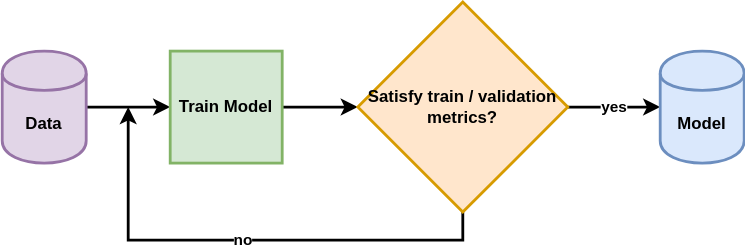
The draw.io diagram assets/model-pipeline.svg in giacomo-montibeller/ml-workflow-presentation, before a commit. Source tidied: cells renumbered, new cells last; positions are measured from the earlier drawing's top-left corner, leaving out a move shared by most shapes. Source of this version:
```xml
<mxGraphModel>
  <root>
    <mxCell id="0" />
    <mxCell id="1" parent="0" />
    <mxCell id="2" style="edgeStyle=orthogonalEdgeStyle;rounded=0;jettySize=auto;html=1;exitX=1;exitY=0.5;exitDx=0;exitDy=0;entryX=0;entryY=0.5;entryDx=0;entryDy=0;strokeWidth=2;fontStyle=1;" parent="1" edge="1" source="3" target="5">
      <mxGeometry relative="1" as="geometry" />
    </mxCell>
    <mxCell id="3" value="Data" style="shape=cylinder;whiteSpace=wrap;html=1;boundedLbl=1;backgroundOutline=1;fillColor=#e1d5e7;strokeColor=#9673a6;strokeWidth=2;fontStyle=1;" parent="1" vertex="1">
      <mxGeometry y="35" width="60" height="80" as="geometry" />
    </mxCell>
    <mxCell id="4" style="edgeStyle=orthogonalEdgeStyle;rounded=0;jettySize=auto;html=1;exitX=1;exitY=0.5;exitDx=0;exitDy=0;entryX=0;entryY=0.5;entryDx=0;entryDy=0;strokeWidth=2;fontStyle=1;" parent="1" edge="1" source="5" target="8">
      <mxGeometry relative="1" as="geometry" />
    </mxCell>
    <mxCell id="5" value="Train Model" style="whiteSpace=wrap;html=1;fillColor=#d5e8d4;strokeColor=#82b366;strokeWidth=2;fontStyle=1;" parent="1" vertex="1">
      <mxGeometry x="120" y="35" width="80" height="80" as="geometry" />
    </mxCell>
    <mxCell id="6" value="yes" style="edgeStyle=orthogonalEdgeStyle;rounded=0;jettySize=auto;html=1;exitX=1;exitY=0.5;exitDx=0;exitDy=0;entryX=0;entryY=0.5;entryDx=0;entryDy=0;strokeWidth=2;fontStyle=1;" parent="1" edge="1" source="8" target="9">
      <mxGeometry relative="1" as="geometry" />
    </mxCell>
    <mxCell id="7" value="no" style="edgeStyle=orthogonalEdgeStyle;rounded=0;jettySize=auto;html=1;exitX=0.5;exitY=1;exitDx=0;exitDy=0;strokeWidth=2;fontStyle=1;" parent="1" edge="1" source="8">
      <mxGeometry relative="1" as="geometry">
        <mxPoint x="90" y="75" as="targetPoint" />
        <Array as="points">
          <mxPoint x="329" y="170" />
          <mxPoint x="90" y="170" />
          <mxPoint x="90" y="75" />
        </Array>
      </mxGeometry>
    </mxCell>
    <mxCell id="8" value="Satisfy train / validation metrics?" style="rhombus;whiteSpace=wrap;html=1;fillColor=#ffe6cc;strokeColor=#d79b00;strokeWidth=2;fontStyle=1;" parent="1" vertex="1">
      <mxGeometry x="254" width="150" height="150" as="geometry" />
    </mxCell>
    <mxCell id="9" value="Model" style="shape=cylinder;whiteSpace=wrap;html=1;boundedLbl=1;backgroundOutline=1;fillColor=#dae8fc;strokeColor=#6c8ebf;strokeWidth=2;fontStyle=1;" parent="1" vertex="1">
      <mxGeometry x="470" y="35" width="60" height="80" as="geometry" />
    </mxCell>
  </root>
</mxGraphModel>
```
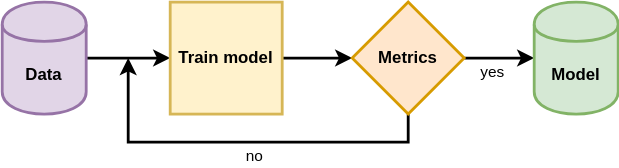
Later version of the same file.

Commit message:
edit model pipeline svg

What changed in the source:
```diff
@@ -2,36 +2,35 @@
   <root>
     <mxCell id="0" />
     <mxCell id="1" parent="0" />
-    <mxCell id="2" style="edgeStyle=orthogonalEdgeStyle;rounded=0;jettySize=auto;html=1;exitX=1;exitY=0.5;exitDx=0;exitDy=0;entryX=0;entryY=0.5;entryDx=0;entryDy=0;strokeWidth=2;fontStyle=1;" parent="1" edge="1" source="3" target="5">
-      <mxGeometry relative="1" as="geometry" />
-    </mxCell>
+    <mxCell id="10" style="edgeStyle=orthogonalEdgeStyle;rounded=0;jettySize=auto;html=1;exitX=1;exitY=0.5;exitDx=0;exitDy=0;entryX=0;entryY=0.5;entryDx=0;entryDy=0;strokeWidth=2;labelBackgroundColor=none;" parent="1" edge="1" source="3" target="12">
+      <mxGeometry relative="1" as="geometry" />
+    </mxCell>
-    <mxCell id="3" value="Data" style="shape=cylinder;whiteSpace=wrap;html=1;boundedLbl=1;backgroundOutline=1;fillColor=#e1d5e7;strokeColor=#9673a6;strokeWidth=2;fontStyle=1;" parent="1" vertex="1">
-      <mxGeometry y="35" width="60" height="80" as="geometry" />
+    <mxCell id="3" value="Data" style="shape=cylinder;whiteSpace=wrap;html=1;boundedLbl=1;backgroundOutline=1;labelBackgroundColor=none;strokeWidth=2;fontStyle=1;fillColor=#e1d5e7;strokeColor=#9673a6;" parent="1" vertex="1">
+      <mxGeometry x="70" y="45" width="60" height="80" as="geometry" />
     </mxCell>
-    <mxCell id="4" style="edgeStyle=orthogonalEdgeStyle;rounded=0;jettySize=auto;html=1;exitX=1;exitY=0.5;exitDx=0;exitDy=0;entryX=0;entryY=0.5;entryDx=0;entryDy=0;strokeWidth=2;fontStyle=1;" parent="1" edge="1" source="5" target="8">
-      <mxGeometry relative="1" as="geometry" />
-    </mxCell>
-    <mxCell id="5" value="Train Model" style="whiteSpace=wrap;html=1;fillColor=#d5e8d4;strokeColor=#82b366;strokeWidth=2;fontStyle=1;" parent="1" vertex="1">
-      <mxGeometry x="120" y="35" width="80" height="80" as="geometry" />
-    </mxCell>
+    <mxCell id="11" style="edgeStyle=orthogonalEdgeStyle;rounded=0;jettySize=auto;html=1;exitX=1;exitY=0.5;exitDx=0;exitDy=0;entryX=0;entryY=0.5;entryDx=0;entryDy=0;strokeWidth=2;labelBackgroundColor=none;" parent="1" edge="1" source="12" target="13">
+      <mxGeometry relative="1" as="geometry" />
+    </mxCell>
+    <mxCell id="12" value="Train model" style="whiteSpace=wrap;html=1;labelBackgroundColor=none;strokeWidth=2;fillColor=#fff2cc;strokeColor=#d6b656;fontStyle=1;" parent="1" vertex="1">
+      <mxGeometry x="190" y="45" width="80" height="80" as="geometry" />
+    </mxCell>
-    <mxCell id="6" value="yes" style="edgeStyle=orthogonalEdgeStyle;rounded=0;jettySize=auto;html=1;exitX=1;exitY=0.5;exitDx=0;exitDy=0;entryX=0;entryY=0.5;entryDx=0;entryDy=0;strokeWidth=2;fontStyle=1;" parent="1" edge="1" source="8" target="9">
-      <mxGeometry relative="1" as="geometry" />
+    <mxCell id="6" value="yes" style="edgeStyle=orthogonalEdgeStyle;rounded=0;jettySize=auto;html=1;exitX=1;exitY=0.5;exitDx=0;exitDy=0;entryX=0;entryY=0.5;entryDx=0;entryDy=0;strokeWidth=2;labelBackgroundColor=none;" parent="1" edge="1" source="13" target="9">
+      <mxGeometry x="-0.2" y="-10" relative="1" as="geometry" />
     </mxCell>
-    <mxCell id="7" value="no" style="edgeStyle=orthogonalEdgeStyle;rounded=0;jettySize=auto;html=1;exitX=0.5;exitY=1;exitDx=0;exitDy=0;strokeWidth=2;fontStyle=1;" parent="1" edge="1" source="8">
-      <mxGeometry relative="1" as="geometry">
-        <mxPoint x="90" y="75" as="targetPoint" />
+    <mxCell id="7" value="no" style="edgeStyle=orthogonalEdgeStyle;rounded=0;jettySize=auto;html=1;exitX=0.5;exitY=1;exitDx=0;exitDy=0;strokeWidth=2;labelBackgroundColor=none;labelBorderColor=none;" parent="1" edge="1" source="13">
+      <mxGeometry x="-0.07" y="10" relative="1" as="geometry">
+        <mxPoint x="160" y="85" as="targetPoint" />
         <Array as="points">
-          <mxPoint x="329" y="170" />
-          <mxPoint x="90" y="170" />
-          <mxPoint x="90" y="75" />
+          <mxPoint x="360" y="145" />
+          <mxPoint x="160" y="145" />
         </Array>
       </mxGeometry>
     </mxCell>
-    <mxCell id="8" value="Satisfy train / validation metrics?" style="rhombus;whiteSpace=wrap;html=1;fillColor=#ffe6cc;strokeColor=#d79b00;strokeWidth=2;fontStyle=1;" parent="1" vertex="1">
-      <mxGeometry x="254" width="150" height="150" as="geometry" />
-    </mxCell>
+    <mxCell id="13" value="Metrics" style="rhombus;whiteSpace=wrap;html=1;labelBackgroundColor=none;strokeWidth=2;fillColor=#ffe6cc;strokeColor=#d79b00;fontStyle=1;" parent="1" vertex="1">
+      <mxGeometry x="320" y="45" width="80" height="80" as="geometry" />
+    </mxCell>
-    <mxCell id="9" value="Model" style="shape=cylinder;whiteSpace=wrap;html=1;boundedLbl=1;backgroundOutline=1;fillColor=#dae8fc;strokeColor=#6c8ebf;strokeWidth=2;fontStyle=1;" parent="1" vertex="1">
-      <mxGeometry x="470" y="35" width="60" height="80" as="geometry" />
+    <mxCell id="9" value="Model" style="shape=cylinder;whiteSpace=wrap;html=1;boundedLbl=1;backgroundOutline=1;labelBackgroundColor=none;strokeWidth=2;fillColor=#d5e8d4;strokeColor=#82b366;fontStyle=1;" parent="1" vertex="1">
+      <mxGeometry x="450" y="45" width="60" height="80" as="geometry" />
     </mxCell>
   </root>
 </mxGraphModel>
```
